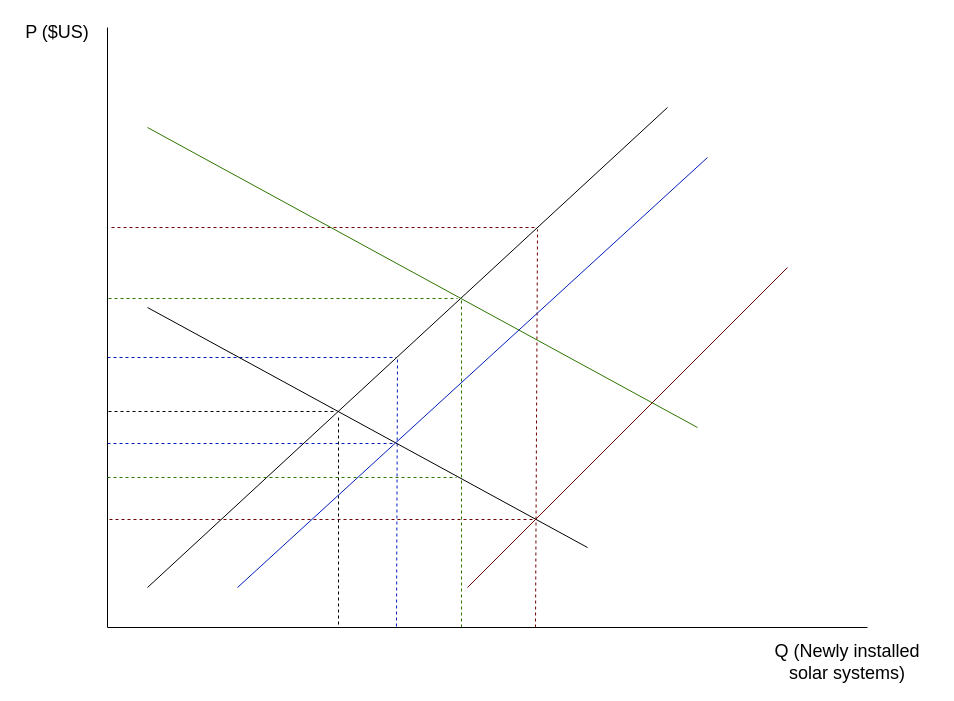
This is Diagramma bez .drawio from MareksNo/Chat-Application, a draw.io file, before an edit. Source tidied: cells renumbered, new cells numbered last; positions are measured from the earlier drawing's top-left corner, leaving out a move shared by most shapes. Both pictures are drawn from the tidied source at 100%, with x=0, y=0 at pixel (17, 17).
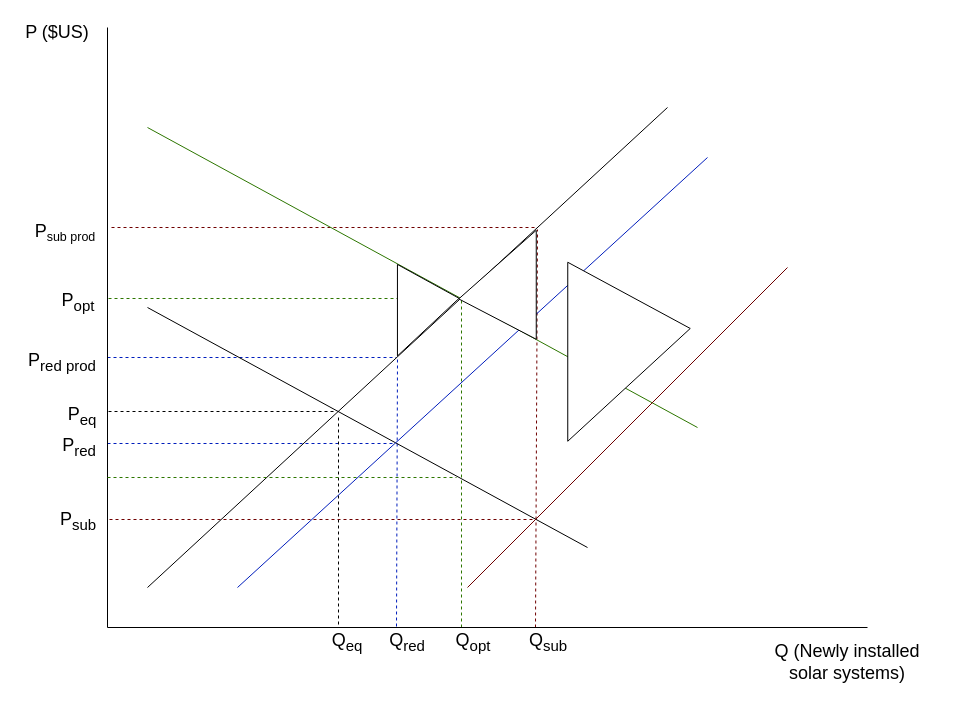
Above is the later version.

Change to the diagram source:
```diff
@@
+    <mxCell id="22" value="&lt;font style=&quot;font-size: 18px;&quot;&gt;P&lt;/font&gt;&lt;font style=&quot;font-size: 15px;&quot;&gt;&lt;sub&gt;sub prod&lt;/sub&gt;&lt;/font&gt;" style="text;html=1;strokeColor=none;fillColor=none;align=center;verticalAlign=middle;whiteSpace=wrap;rounded=0;" parent="1" vertex="1">
+      <mxGeometry x="8" y="200" width="80" height="30" as="geometry" />
+    </mxCell>
+    <mxCell id="23" value="&lt;span style=&quot;font-size: 18px;&quot;&gt;P&lt;sub&gt;opt&lt;/sub&gt;&lt;/span&gt;" style="text;html=1;strokeColor=none;fillColor=none;align=center;verticalAlign=middle;whiteSpace=wrap;rounded=0;" parent="1" vertex="1">
+      <mxGeometry x="21" y="270" width="80" height="30" as="geometry" />
+    </mxCell>
+    <mxCell id="24" value="&lt;font style=&quot;font-size: 18px;&quot;&gt;P&lt;sub&gt;red prod&lt;/sub&gt;&lt;/font&gt;" style="text;html=1;strokeColor=none;fillColor=none;align=center;verticalAlign=middle;whiteSpace=wrap;rounded=0;" parent="1" vertex="1">
+      <mxGeometry x="5" y="330" width="80" height="30" as="geometry" />
+    </mxCell>
+    <mxCell id="25" value="&lt;font style=&quot;font-size: 18px;&quot;&gt;P&lt;sub&gt;red&lt;/sub&gt;&lt;/font&gt;" style="text;html=1;strokeColor=none;fillColor=none;align=center;verticalAlign=middle;whiteSpace=wrap;rounded=0;" parent="1" vertex="1">
+      <mxGeometry x="22" y="415" width="80" height="30" as="geometry" />
+    </mxCell>
+    <mxCell id="26" style="edgeStyle=orthogonalEdgeStyle;rounded=0;orthogonalLoop=1;jettySize=auto;html=1;exitX=0.5;exitY=1;exitDx=0;exitDy=0;" parent="1" edge="1" source="25" target="25">
+      <mxGeometry relative="1" as="geometry" />
+    </mxCell>
+    <mxCell id="27" value="&lt;font style=&quot;font-size: 18px;&quot;&gt;P&lt;sub&gt;sub&lt;/sub&gt;&lt;/font&gt;" style="text;html=1;strokeColor=none;fillColor=none;align=center;verticalAlign=middle;whiteSpace=wrap;rounded=0;" parent="1" vertex="1">
+      <mxGeometry x="21" y="489" width="80" height="30" as="geometry" />
+    </mxCell>
+    <mxCell id="28" value="&lt;span style=&quot;font-size: 18px;&quot;&gt;P&lt;sub&gt;eq&lt;/sub&gt;&lt;/span&gt;" style="text;html=1;strokeColor=none;fillColor=none;align=center;verticalAlign=middle;whiteSpace=wrap;rounded=0;" parent="1" vertex="1">
+      <mxGeometry x="25" y="384" width="80" height="30" as="geometry" />
+    </mxCell>
+    <mxCell id="29" value="&lt;span style=&quot;font-size: 18px;&quot;&gt;Q&lt;sub&gt;eq&lt;/sub&gt;&lt;/span&gt;" style="text;html=1;strokeColor=none;fillColor=none;align=center;verticalAlign=middle;whiteSpace=wrap;rounded=0;" parent="1" vertex="1">
+      <mxGeometry x="290" y="610" width="80" height="30" as="geometry" />
+    </mxCell>
+    <mxCell id="30" value="&lt;span style=&quot;font-size: 18px;&quot;&gt;Q&lt;sub&gt;red&lt;/sub&gt;&lt;/span&gt;" style="text;html=1;strokeColor=none;fillColor=none;align=center;verticalAlign=middle;whiteSpace=wrap;rounded=0;" parent="1" vertex="1">
+      <mxGeometry x="350" y="610" width="80" height="30" as="geometry" />
+    </mxCell>
+    <mxCell id="31" value="&lt;span style=&quot;font-size: 18px;&quot;&gt;Q&lt;sub&gt;opt&lt;/sub&gt;&lt;/span&gt;" style="text;html=1;strokeColor=none;fillColor=none;align=center;verticalAlign=middle;whiteSpace=wrap;rounded=0;" parent="1" vertex="1">
+      <mxGeometry x="416" y="610" width="80" height="30" as="geometry" />
+    </mxCell>
+    <mxCell id="32" value="&lt;span style=&quot;font-size: 18px;&quot;&gt;Q&lt;sub&gt;sub&lt;/sub&gt;&lt;/span&gt;" style="text;html=1;strokeColor=none;fillColor=none;align=center;verticalAlign=middle;whiteSpace=wrap;rounded=0;" parent="1" vertex="1">
+      <mxGeometry x="491" y="610" width="80" height="30" as="geometry" />
+    </mxCell>
+    <mxCell id="33" style="verticalLabelPosition=bottom;verticalAlign=top;html=1;shape=mxgraph.basic.acute_triangle;dx=0.37;strokeColor=default;fontFamily=Helvetica;fontSize=12;fontColor=default;fillColor=default;rotation=90;perimeter=none;" parent="1" vertex="1">
+      <mxGeometry x="503.5" y="290.5" width="179" height="122.5" relative="1" as="geometry">
+        <mxPoint x="522" y="273" as="offset" />
+      </mxGeometry>
+    </mxCell>
+    <mxCell id="34" style="verticalLabelPosition=bottom;verticalAlign=top;html=1;shape=mxgraph.basic.acute_triangle;dx=0.37;strokeColor=default;fontFamily=Helvetica;fontSize=12;fontColor=default;fillColor=default;rotation=90;perimeter=none;" parent="1" vertex="1">
+      <mxGeometry x="365" y="261.9" width="91.5" height="61.6" as="geometry" />
+    </mxCell>
+    <mxCell id="35" style="verticalLabelPosition=bottom;verticalAlign=top;html=1;shape=mxgraph.basic.acute_triangle;dx=0.37;strokeColor=default;fontFamily=Helvetica;fontSize=12;fontColor=default;fillColor=default;rotation=-90;perimeter=none;" parent="1" vertex="1">
+      <mxGeometry x="425.5" y="228.5" width="109" height="77.5" as="geometry" />
+    </mxCell>
```
